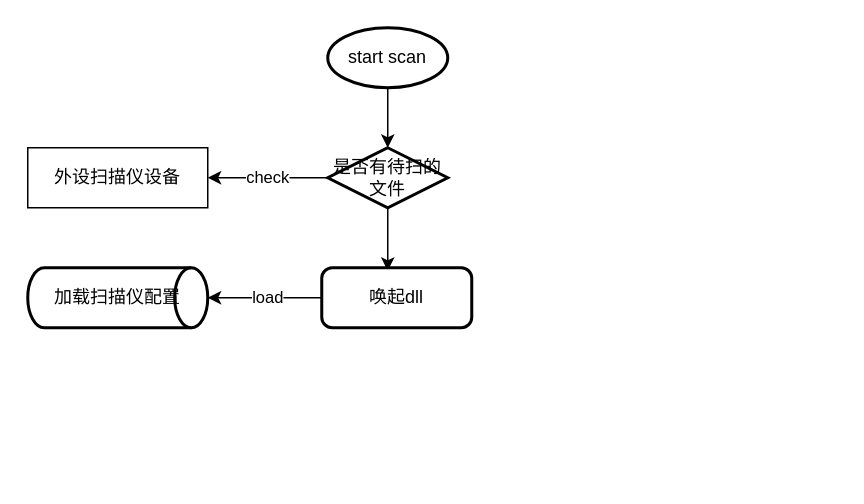
Above: Untitled Diagram.drawio in sivanbil/aidev (draw.io), before the change. Source tidied: cells renumbered, new cells numbered last; positions are measured from the earlier drawing's top-left corner, leaving out a move shared by most shapes. Both pictures are drawn from the tidied source at 150%, with x=0, y=0 at pixel (27, 27).
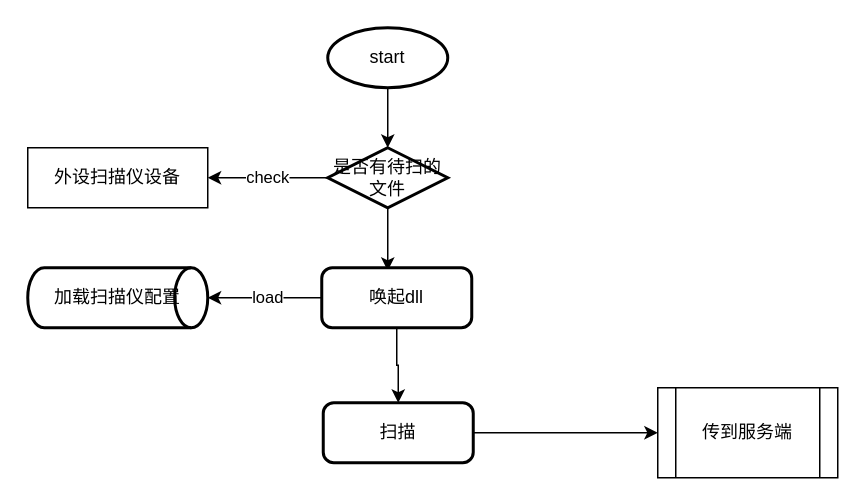
Above is the later version.

What changed in the source:
```diff
@@
 <mxGraphModel>
   <root>
     <mxCell id="0" />
     <mxCell id="1" parent="0" />
     <mxCell id="2" value="外设扫描仪设备" style="rounded=0;whiteSpace=wrap;html=1;" parent="1" vertex="1">
       <mxGeometry y="80" width="120" height="40" as="geometry" />
     </mxCell>
     <mxCell id="3" style="edgeStyle=orthogonalEdgeStyle;rounded=0;jettySize=auto;html=1;exitX=0.5;exitY=1;exitDx=0;exitDy=0;exitPerimeter=0;entryX=0.5;entryY=0;entryDx=0;entryDy=0;entryPerimeter=0;" parent="1" edge="1" source="4" target="7">
       <mxGeometry relative="1" as="geometry" />
     </mxCell>
-    <mxCell id="4" value="start scan" style="strokeWidth=2;html=1;shape=mxgraph.flowchart.start_1;whiteSpace=wrap;" parent="1" vertex="1">
+    <mxCell id="4" value="start" style="strokeWidth=2;html=1;shape=mxgraph.flowchart.start_1;whiteSpace=wrap;" parent="1" vertex="1">
       <mxGeometry x="200" width="80" height="40" as="geometry" />
     </mxCell>
     <mxCell id="5" value="check" style="edgeStyle=orthogonalEdgeStyle;rounded=0;jettySize=auto;html=1;exitX=0;exitY=0.5;exitDx=0;exitDy=0;exitPerimeter=0;entryX=1;entryY=0.5;entryDx=0;entryDy=0;" parent="1" edge="1" source="7" target="2">
       <mxGeometry relative="1" as="geometry" />
     </mxCell>
     <mxCell id="6" style="edgeStyle=orthogonalEdgeStyle;rounded=0;jettySize=auto;html=1;exitX=0.5;exitY=1;exitDx=0;exitDy=0;exitPerimeter=0;entryX=0.44;entryY=0.05;entryDx=0;entryDy=0;entryPerimeter=0;" parent="1" edge="1" source="7" target="9">
       <mxGeometry relative="1" as="geometry" />
     </mxCell>
     <mxCell id="7" value="是否有待扫的文件" style="strokeWidth=2;html=1;shape=mxgraph.flowchart.decision;whiteSpace=wrap;" parent="1" vertex="1">
       <mxGeometry x="200" y="80" width="80" height="40" as="geometry" />
     </mxCell>
     <mxCell id="8" value="load" style="edgeStyle=orthogonalEdgeStyle;rounded=0;jettySize=auto;html=1;exitX=0;exitY=0.5;exitDx=0;exitDy=0;entryX=1;entryY=0.5;entryDx=0;entryDy=0;entryPerimeter=0;" parent="1" edge="1" source="9" target="10">
       <mxGeometry x="-0.05" relative="1" as="geometry" />
     </mxCell>
+    <mxCell id="11" style="edgeStyle=orthogonalEdgeStyle;rounded=0;jettySize=auto;html=1;exitX=0.5;exitY=1;exitDx=0;exitDy=0;entryX=0.5;entryY=0;entryDx=0;entryDy=0;" parent="1" edge="1" source="9" target="13">
+      <mxGeometry relative="1" as="geometry" />
+    </mxCell>
     <mxCell id="9" value="唤起dll" style="rounded=1;whiteSpace=wrap;html=1;absoluteArcSize=1;arcSize=14;strokeWidth=2;" parent="1" vertex="1">
       <mxGeometry x="196" y="160" width="100" height="40" as="geometry" />
     </mxCell>
     <mxCell id="10" value="加载扫描仪配置" style="strokeWidth=2;html=1;shape=mxgraph.flowchart.direct_data;whiteSpace=wrap;" parent="1" vertex="1">
       <mxGeometry y="160" width="120" height="40" as="geometry" />
     </mxCell>
+    <mxCell id="12" style="edgeStyle=orthogonalEdgeStyle;rounded=0;jettySize=auto;html=1;exitX=1;exitY=0.5;exitDx=0;exitDy=0;" parent="1" edge="1" source="13" target="14">
+      <mxGeometry relative="1" as="geometry" />
+    </mxCell>
+    <mxCell id="13" value="扫描" style="rounded=1;whiteSpace=wrap;html=1;absoluteArcSize=1;arcSize=14;strokeWidth=2;" parent="1" vertex="1">
+      <mxGeometry x="197" y="250" width="100" height="40" as="geometry" />
+    </mxCell>
+    <mxCell id="14" value="传到服务端" style="shape=process;whiteSpace=wrap;html=1;backgroundOutline=1;" parent="1" vertex="1">
+      <mxGeometry x="420" y="240" width="120" height="60" as="geometry" />
+    </mxCell>
   </root>
 </mxGraphModel>
```
